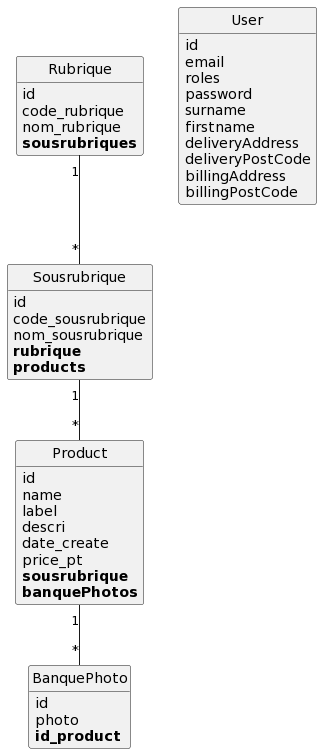
jeanmarie80000/village_green_project keeps this PlantUML diagram as puml/index.png. Above is the earlier version.
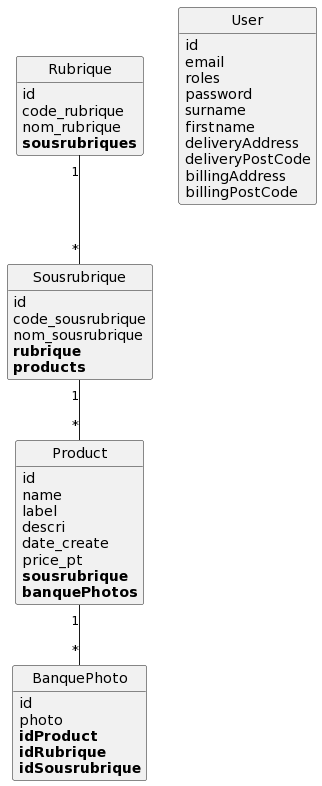
After the commit.

Diff of the diagram source:
```diff
@@ -2,7 +2,9 @@
 class BanquePhoto {
 	id
 	photo
-	**id_product**
+	**idProduct**
+	**idRubrique**
+	**idSousrubrique**
 }
 
 class Product {
```
